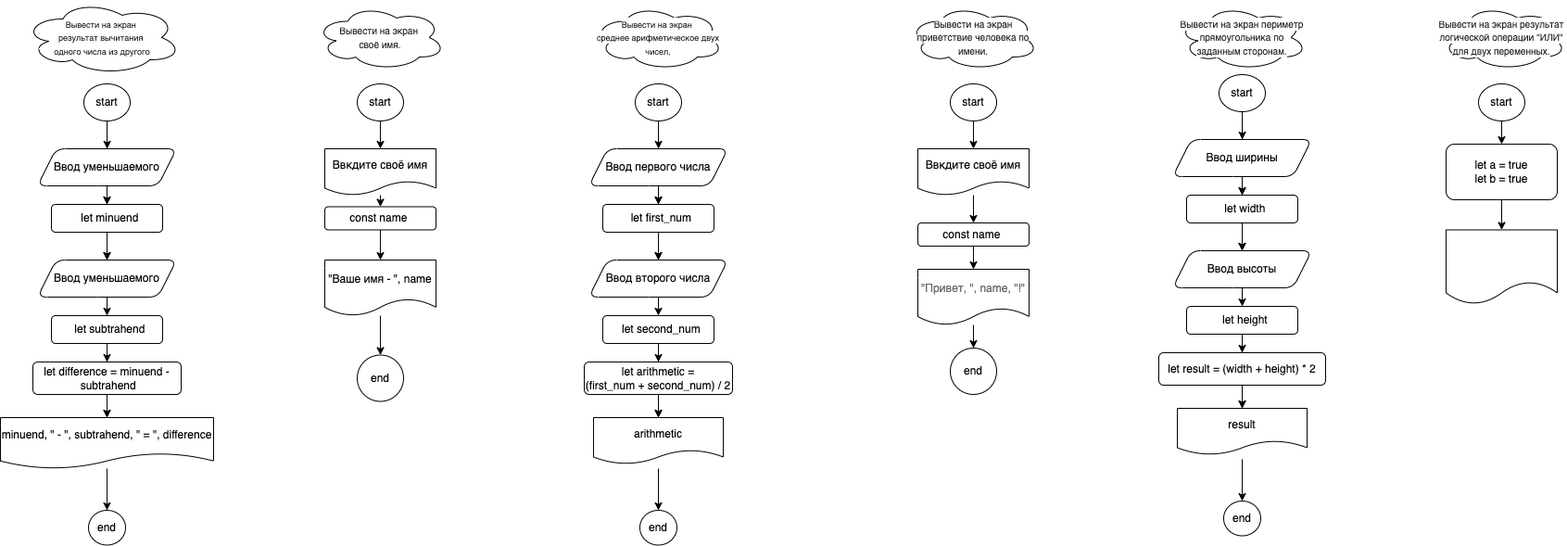
kettriin/algorithms keeps this draw.io diagram as 012-linear-tasks-practice/lineartasks.drawio.png. Above is the earlier version. Source tidied: cells renumbered, new cells last; positions are measured from the earlier drawing's top-left corner, leaving out a move shared by most shapes.
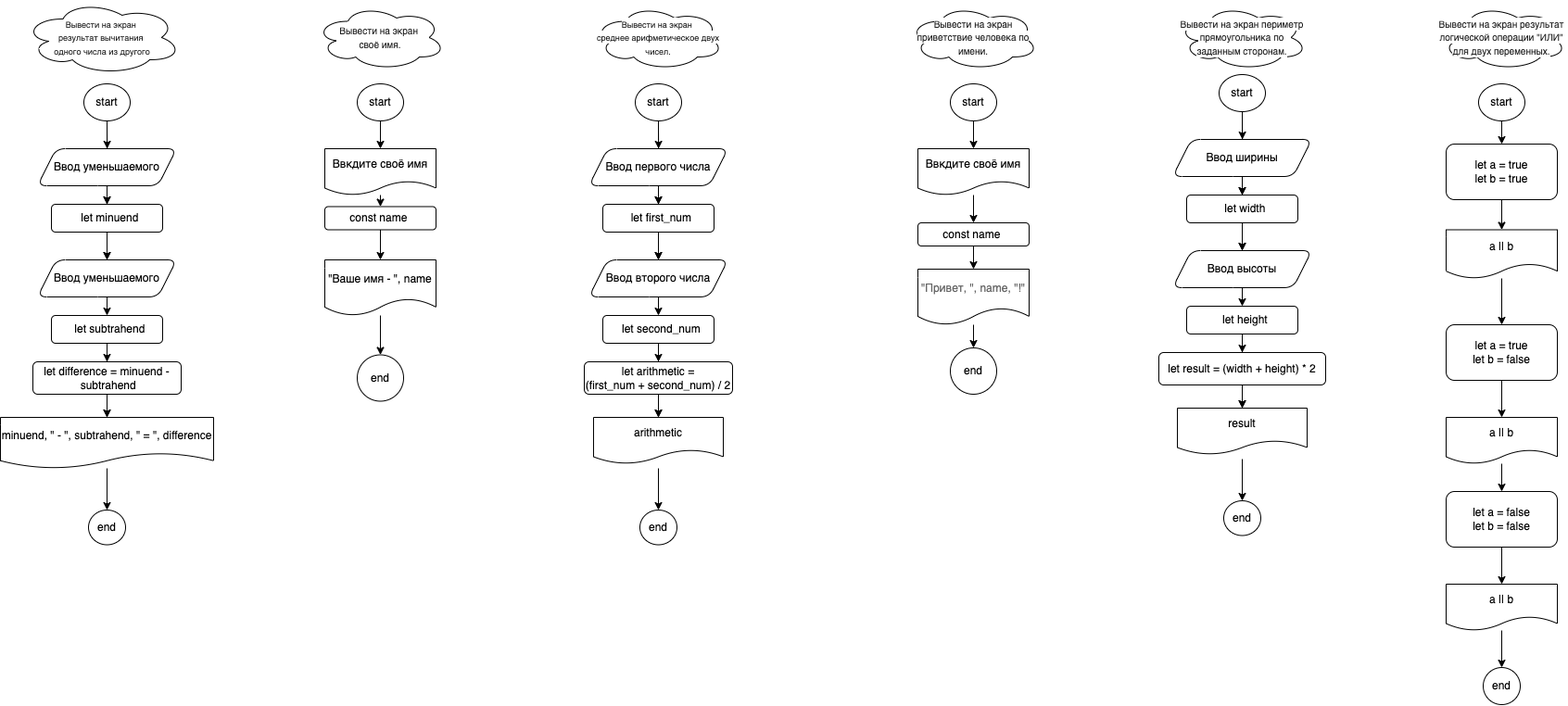
After the commit.

The edit, as a diff of the source:
```diff
@@ -266,8 +266,38 @@
     <mxCell id="83" value="let a = true&lt;div&gt;let b = true&lt;/div&gt;" style="whiteSpace=wrap;html=1;rounded=1;" parent="1" vertex="1">
       <mxGeometry x="1560" y="155" width="120" height="60" as="geometry" />
     </mxCell>
+    <mxCell id="85" style="edgeStyle=none;rounded=1;html=1;entryX=0.5;entryY=0;entryDx=0;entryDy=0;" parent="1" edge="1" source="84" target="87">
+      <mxGeometry relative="1" as="geometry" />
+    </mxCell>
-    <mxCell id="84" style="shape=document;whiteSpace=wrap;html=1;boundedLbl=1;rounded=1;" parent="1" vertex="1">
-      <mxGeometry x="1560" y="247.5" width="120" height="80" as="geometry" />
+    <mxCell id="84" value="a || b" style="shape=document;whiteSpace=wrap;html=1;boundedLbl=1;rounded=1;" parent="1" vertex="1">
+      <mxGeometry x="1560" y="247.5" width="120" height="52.5" as="geometry" />
     </mxCell>
+    <mxCell id="86" style="edgeStyle=none;rounded=1;html=1;" parent="1" edge="1" source="87" target="89">
+      <mxGeometry relative="1" as="geometry" />
+    </mxCell>
+    <mxCell id="87" value="let a = true&lt;div&gt;let b = false&lt;/div&gt;" style="whiteSpace=wrap;html=1;rounded=1;" parent="1" vertex="1">
+      <mxGeometry x="1560" y="350" width="120" height="60" as="geometry" />
+    </mxCell>
+    <mxCell id="88" style="edgeStyle=none;rounded=1;html=1;entryX=0.5;entryY=0;entryDx=0;entryDy=0;" parent="1" edge="1" source="89" target="91">
+      <mxGeometry relative="1" as="geometry" />
+    </mxCell>
+    <mxCell id="89" value="&lt;span style=&quot;color: rgb(0, 0, 0);&quot;&gt;a || b&lt;/span&gt;" style="shape=document;whiteSpace=wrap;html=1;boundedLbl=1;rounded=1;" parent="1" vertex="1">
+      <mxGeometry x="1560" y="450" width="120" height="50" as="geometry" />
+    </mxCell>
+    <mxCell id="90" style="edgeStyle=none;rounded=1;html=1;" parent="1" edge="1" source="91" target="93">
+      <mxGeometry relative="1" as="geometry" />
+    </mxCell>
+    <mxCell id="91" value="let a = false&lt;div&gt;let b = false&lt;/div&gt;" style="whiteSpace=wrap;html=1;rounded=1;" parent="1" vertex="1">
+      <mxGeometry x="1560" y="530" width="120" height="60" as="geometry" />
+    </mxCell>
+    <mxCell id="92" style="edgeStyle=none;rounded=1;html=1;" parent="1" edge="1" source="93" target="94">
+      <mxGeometry relative="1" as="geometry" />
+    </mxCell>
+    <mxCell id="93" value="&lt;span style=&quot;color: rgb(0, 0, 0);&quot;&gt;a || b&lt;/span&gt;" style="shape=document;whiteSpace=wrap;html=1;boundedLbl=1;rounded=1;" parent="1" vertex="1">
+      <mxGeometry x="1560" y="630" width="120" height="50" as="geometry" />
+    </mxCell>
+    <mxCell id="94" value="end" style="ellipse;whiteSpace=wrap;html=1;rounded=1;" parent="1" vertex="1">
+      <mxGeometry x="1600" y="720" width="40" height="40" as="geometry" />
+    </mxCell>
   </root>
 </mxGraphModel>
```
